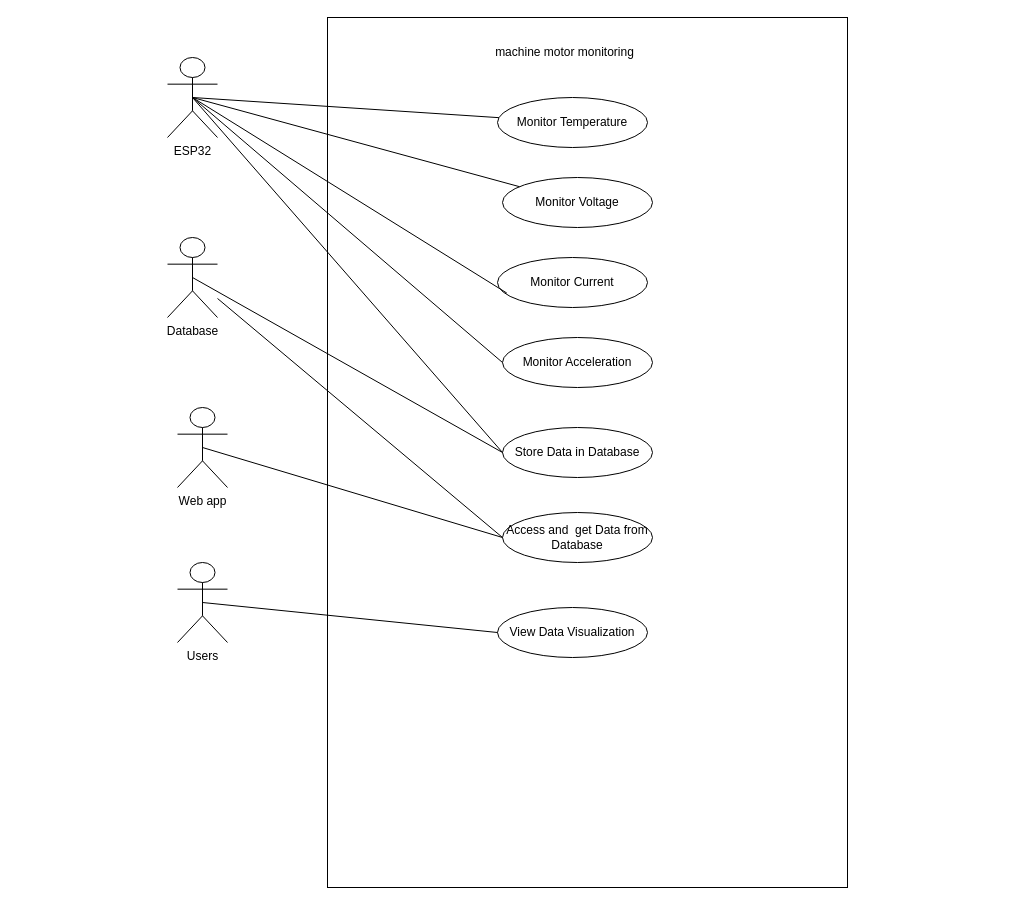
The draw.io diagram Untitled Diagram.drawio in art-th/Software-_project, before the edit. Source tidied: cells renumbered, new cells numbered last; positions are measured from the earlier drawing's top-left corner, leaving out a move shared by most shapes. Both pictures are drawn from the tidied source at 100%, with x=0, y=0 at pixel (167, 17).
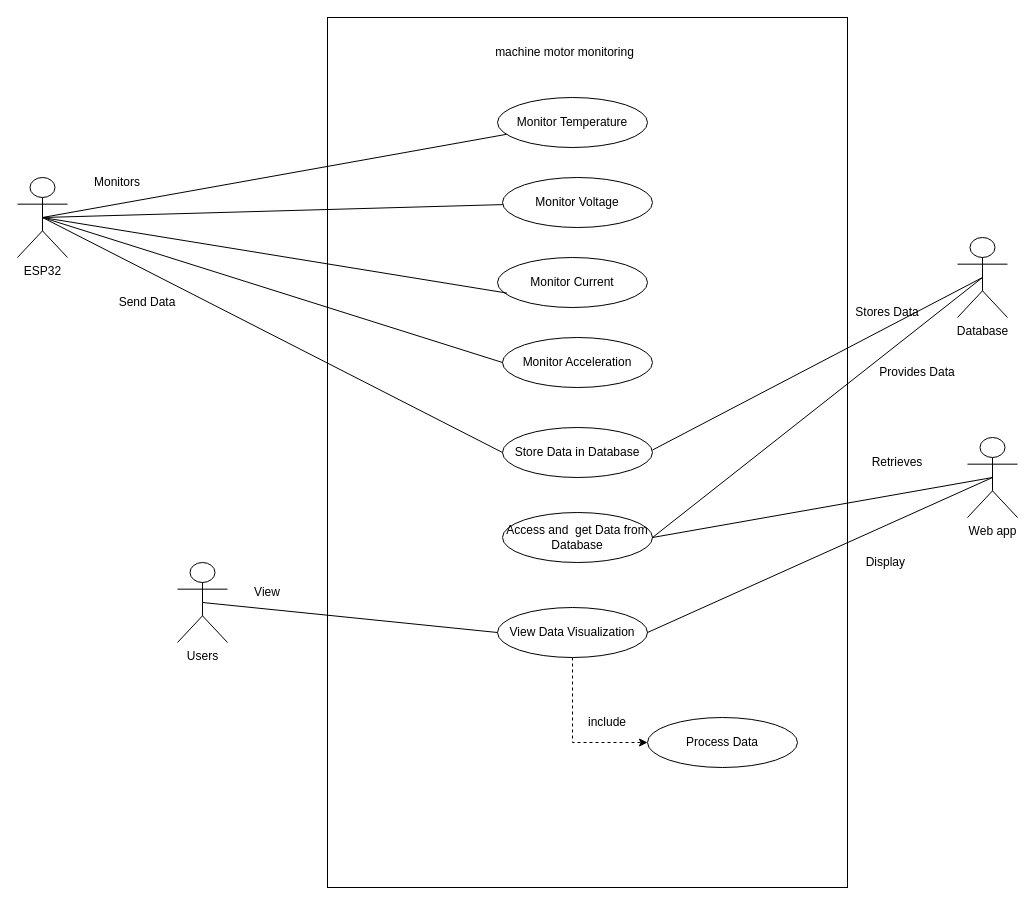
Above is the later version.

Commit message:
Update usecase diagram for esp32 project.drawio

The change refers to these unchanged cells:
```xml
<mxCell id="6" value="View Data Visualization" style="ellipse;whiteSpace=wrap;html=1;" parent="1" vertex="1">
  <mxGeometry x="330" y="590" width="150" height="50" as="geometry" />
</mxCell>
<mxCell id="12" value="Store Data in Database" style="ellipse;whiteSpace=wrap;html=1;" parent="1" vertex="1">
  <mxGeometry x="335" y="410" width="150" height="50" as="geometry" />
</mxCell>
<mxCell id="13" value="Access and&amp;nbsp; get Data from Database" style="ellipse;whiteSpace=wrap;html=1;" parent="1" vertex="1">
  <mxGeometry x="335" y="495" width="150" height="50" as="geometry" />
</mxCell>
```

Change to the diagram source:
```diff
@@
     <mxCell id="2" value="ESP32" style="shape=umlActor;verticalLabelPosition=bottom;verticalAlign=top;html=1;outlineConnect=0;" parent="1" vertex="1">
-      <mxGeometry y="40" width="50" height="80" as="geometry" />
+      <mxGeometry x="-150" y="160" width="50" height="80" as="geometry" />
     </mxCell>
@@
+    <mxCell id="24" style="edgeStyle=orthogonalEdgeStyle;rounded=0;jettySize=auto;html=1;entryX=0;entryY=0.5;entryDx=0;entryDy=0;dashed=1;" parent="1" edge="1" source="6" target="26">
+      <mxGeometry relative="1" as="geometry" />
+    </mxCell>
@@
     <mxCell id="7" value="Database" style="shape=umlActor;verticalLabelPosition=bottom;verticalAlign=top;html=1;outlineConnect=0;" parent="1" vertex="1">
-      <mxGeometry y="220" width="50" height="80" as="geometry" />
+      <mxGeometry x="790" y="220" width="50" height="80" as="geometry" />
     </mxCell>
@@
     <mxCell id="14" value="Web app" style="shape=umlActor;verticalLabelPosition=bottom;verticalAlign=top;html=1;outlineConnect=0;" parent="1" vertex="1">
-      <mxGeometry x="10" y="390" width="50" height="80" as="geometry" />
+      <mxGeometry x="800" y="420" width="50" height="80" as="geometry" />
     </mxCell>
@@
-    <mxCell id="20" style="endArrow=none;html=1;rounded=0;exitX=0.5;exitY=0.5;exitDx=0;exitDy=0;exitPerimeter=0;entryX=0;entryY=0.5;entryDx=0;entryDy=0;" parent="1" edge="1" source="7" target="12">
-      <mxGeometry relative="1" as="geometry" />
+    <mxCell id="20" style="endArrow=none;html=1;rounded=0;exitX=0.5;exitY=0.5;exitDx=0;exitDy=0;exitPerimeter=0;entryX=0;entryY=0.5;entryDx=0;entryDy=0;" parent="1" edge="1" source="7">
+      <mxGeometry relative="1" as="geometry">
+        <mxPoint x="485" y="432.5" as="targetPoint" />
+      </mxGeometry>
     </mxCell>
-    <mxCell id="21" style="endArrow=none;html=1;rounded=0;entryX=0;entryY=0.5;entryDx=0;entryDy=0;" parent="1" edge="1" source="7" target="13">
-      <mxGeometry relative="1" as="geometry" />
+    <mxCell id="21" style="endArrow=none;html=1;rounded=0;entryX=0;entryY=0.5;entryDx=0;entryDy=0;exitX=0.5;exitY=0.5;exitDx=0;exitDy=0;exitPerimeter=0;" parent="1" edge="1" source="7">
+      <mxGeometry relative="1" as="geometry">
+        <mxPoint x="485" y="520" as="targetPoint" />
+      </mxGeometry>
     </mxCell>
-    <mxCell id="22" style="endArrow=none;html=1;rounded=0;exitX=0.5;exitY=0.5;exitDx=0;exitDy=0;exitPerimeter=0;entryX=0;entryY=0.5;entryDx=0;entryDy=0;" parent="1" edge="1" source="14" target="13">
+    <mxCell id="22" style="endArrow=none;html=1;rounded=0;exitX=0.5;exitY=0.5;exitDx=0;exitDy=0;exitPerimeter=0;entryX=1;entryY=0.5;entryDx=0;entryDy=0;" parent="1" edge="1" source="14" target="13">
       <mxGeometry relative="1" as="geometry" />
     </mxCell>
@@
+    <mxCell id="25" style="endArrow=none;html=1;rounded=0;entryX=0.5;entryY=0.5;entryDx=0;entryDy=0;entryPerimeter=0;exitX=1;exitY=0.5;exitDx=0;exitDy=0;" parent="1" edge="1" source="6" target="14">
+      <mxGeometry relative="1" as="geometry" />
+    </mxCell>
+    <mxCell id="26" value="Process Data" style="ellipse;whiteSpace=wrap;html=1;" parent="1" vertex="1">
+      <mxGeometry x="480" y="700" width="150" height="50" as="geometry" />
+    </mxCell>
+    <mxCell id="27" value="include" style="text;html=1;strokeColor=none;fillColor=none;align=center;verticalAlign=middle;whiteSpace=wrap;rounded=0;" parent="1" vertex="1">
+      <mxGeometry x="410" y="690" width="60" height="30" as="geometry" />
+    </mxCell>
+    <mxCell id="28" value="Monitors" style="text;html=1;strokeColor=none;fillColor=none;align=center;verticalAlign=middle;whiteSpace=wrap;rounded=0;" parent="1" vertex="1">
+      <mxGeometry x="-80" y="150" width="60" height="30" as="geometry" />
+    </mxCell>
+    <mxCell id="29" value="Send Data" style="text;html=1;strokeColor=none;fillColor=none;align=center;verticalAlign=middle;whiteSpace=wrap;rounded=0;" parent="1" vertex="1">
+      <mxGeometry x="-50" y="270" width="60" height="30" as="geometry" />
+    </mxCell>
+    <mxCell id="30" value="View" style="text;html=1;strokeColor=none;fillColor=none;align=center;verticalAlign=middle;whiteSpace=wrap;rounded=0;" parent="1" vertex="1">
+      <mxGeometry x="70" y="560" width="60" height="30" as="geometry" />
+    </mxCell>
+    <mxCell id="31" value="Stores Data" style="text;html=1;strokeColor=none;fillColor=none;align=center;verticalAlign=middle;whiteSpace=wrap;rounded=0;" parent="1" vertex="1">
+      <mxGeometry x="685" y="280" width="70" height="30" as="geometry" />
+    </mxCell>
+    <mxCell id="32" value="Display&amp;nbsp;" style="text;html=1;strokeColor=none;fillColor=none;align=center;verticalAlign=middle;whiteSpace=wrap;rounded=0;" parent="1" vertex="1">
+      <mxGeometry x="690" y="530" width="60" height="30" as="geometry" />
+    </mxCell>
+    <mxCell id="33" value="Retrieves" style="text;html=1;strokeColor=none;fillColor=none;align=center;verticalAlign=middle;whiteSpace=wrap;rounded=0;" parent="1" vertex="1">
+      <mxGeometry x="700" y="430" width="60" height="30" as="geometry" />
+    </mxCell>
+    <mxCell id="34" value="Provides Data" style="text;html=1;strokeColor=none;fillColor=none;align=center;verticalAlign=middle;whiteSpace=wrap;rounded=0;" parent="1" vertex="1">
+      <mxGeometry x="710" y="340" width="80" height="30" as="geometry" />
+    </mxCell>
```
